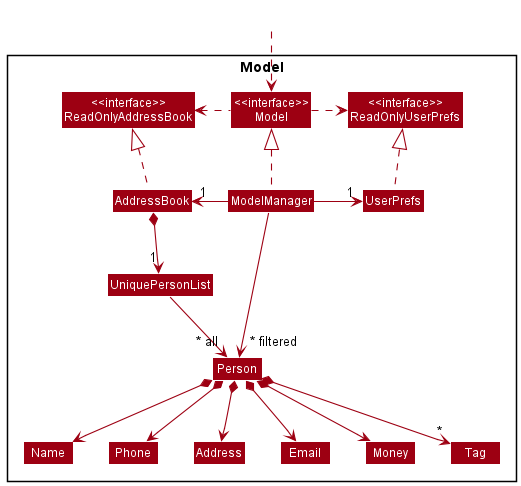
Earlier version of the PlantUML export docs/images/ModelClassDiagram.png (nus-tic4002-AY2122S2/tp2). Its diagram source:
```plantuml
@startuml
!include style.puml
skinparam arrowThickness 1.1
skinparam arrowColor MODEL_COLOR
skinparam classBackgroundColor MODEL_COLOR

Package Model <<Rectangle>>{
Class "<<interface>>\nReadOnlyAddressBook" as ReadOnlyAddressBook
Class "<<interface>>\nReadOnlyUserPrefs" as ReadOnlyUserPrefs
Class "<<interface>>\nModel" as Model
Class AddressBook
Class ModelManager
Class UserPrefs

Class UniquePersonList
Class Person
Class Address
Class Email
Class Name
Class Phone
Class Money
Class Tag

}

Class HiddenOutside #FFFFFF
HiddenOutside ..> Model

AddressBook .up.|> ReadOnlyAddressBook

ModelManager .up.|> Model
Model .right.> ReadOnlyUserPrefs
Model .left.> ReadOnlyAddressBook
ModelManager -left-> "1" AddressBook
ModelManager -right-> "1" UserPrefs
UserPrefs .up.|> ReadOnlyUserPrefs

AddressBook *--> "1" UniquePersonList
UniquePersonList --> "~* all" Person
Person *--> Name
Person *--> Phone
Person *--> Email
Person *--> Address
Person *--> Money
Person *--> "*" Tag

Name -[hidden]right-> Phone
Phone -[hidden]right-> Address
Address -[hidden]right-> Email

ModelManager -->"~* filtered" Person
@enduml
```
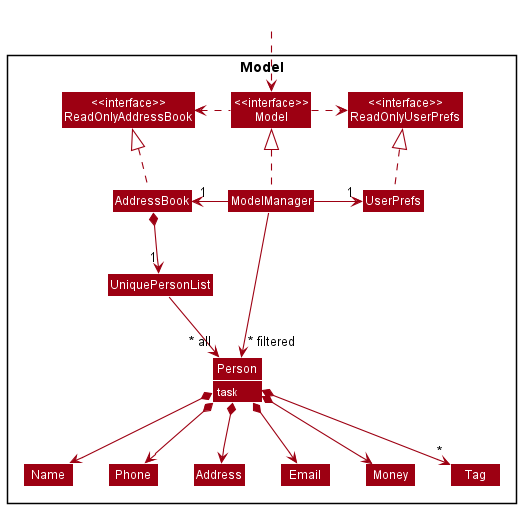
Later version of the same file.

Commit message:
Add task to Person class

Change to the diagram source:
```diff
@@ -13,7 +13,9 @@
 Class UserPrefs
 
 Class UniquePersonList
-Class Person
+Class Person {
+    <color:#FFFFFF>task
+}
 Class Address
 Class Email
 Class Name
@@ -49,4 +51,6 @@
 Address -[hidden]right-> Email
 
 ModelManager -->"~* filtered" Person
+
+show Person fields
 @enduml
```
